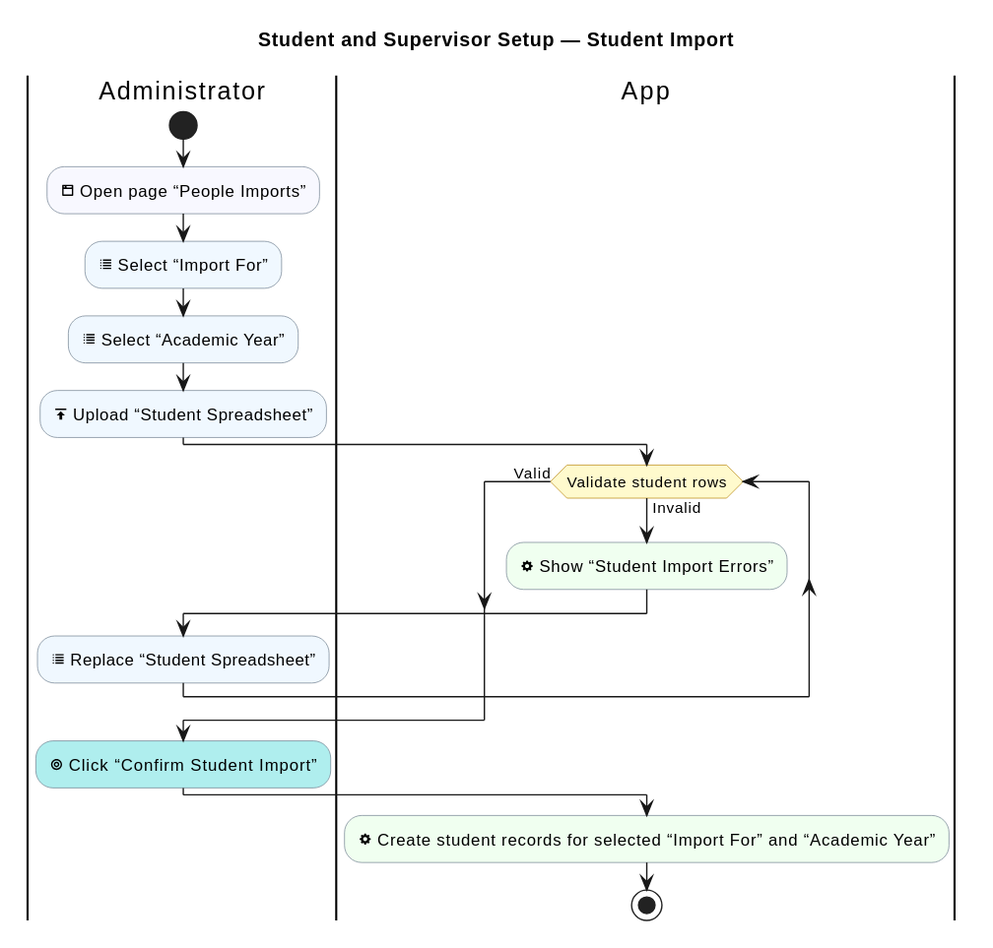
This is industrial-placement-group-project/diagrams/shared-setup/student-import.svg from sdflkjssl/sdflkjssl.github.io, a PlantUML export, as it was before one commit.
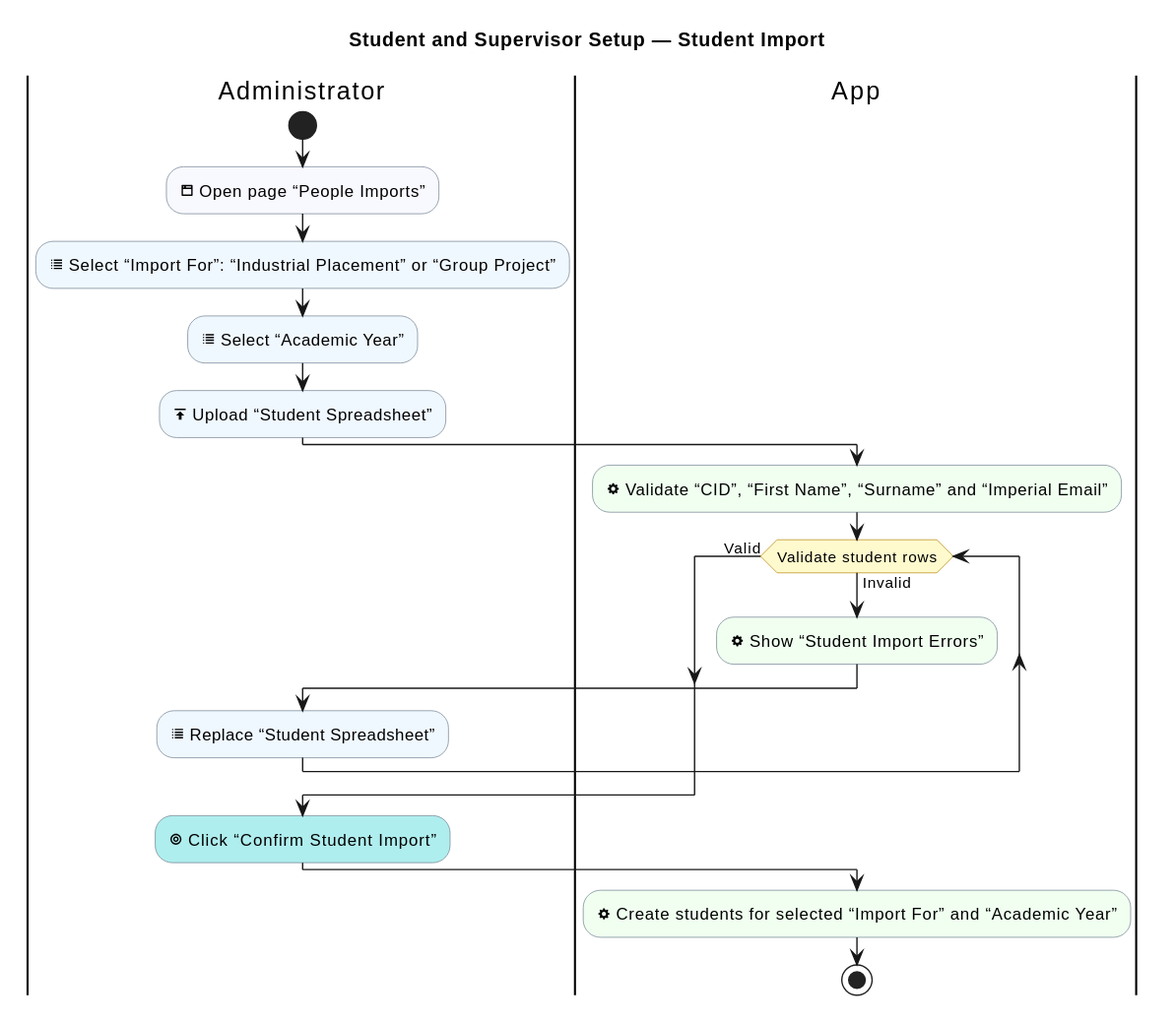
Later version of the same file.

What changed in the source:
```diff
@@ -13,11 +13,12 @@
 |Administrator|
 start
 :<&browser> Open page “People Imports”; <<#GhostWhite>>
-:<&list> Select “Import For”; <<#AliceBlue>>
+:<&list> Select “Import For”: “Industrial Placement” or “Group Project”; <<#AliceBlue>>
 :<&list> Select “Academic Year”; <<#AliceBlue>>
 :<&data-transfer-upload> Upload “Student Spreadsheet”; <<#AliceBlue>>
 
 |App|
+:<&cog> Validate “CID”, “First Name”, “Surname” and “Imperial Email”; <<#HoneyDew>>
 while (Validate student rows) is (Invalid)
   :<&cog> Show “Student Import Errors”; <<#HoneyDew>>
   |Administrator|
@@ -28,6 +29,6 @@
 |Administrator|
 :<&target> Click “Confirm Student Import”; <<#PaleTurquoise>>
 |App|
-:<&cog> Create student records for selected “Import For” and “Academic Year”; <<#HoneyDew>>
+:<&cog> Create students for selected “Import For” and “Academic Year”; <<#HoneyDew>>
 stop
 @enduml
```
